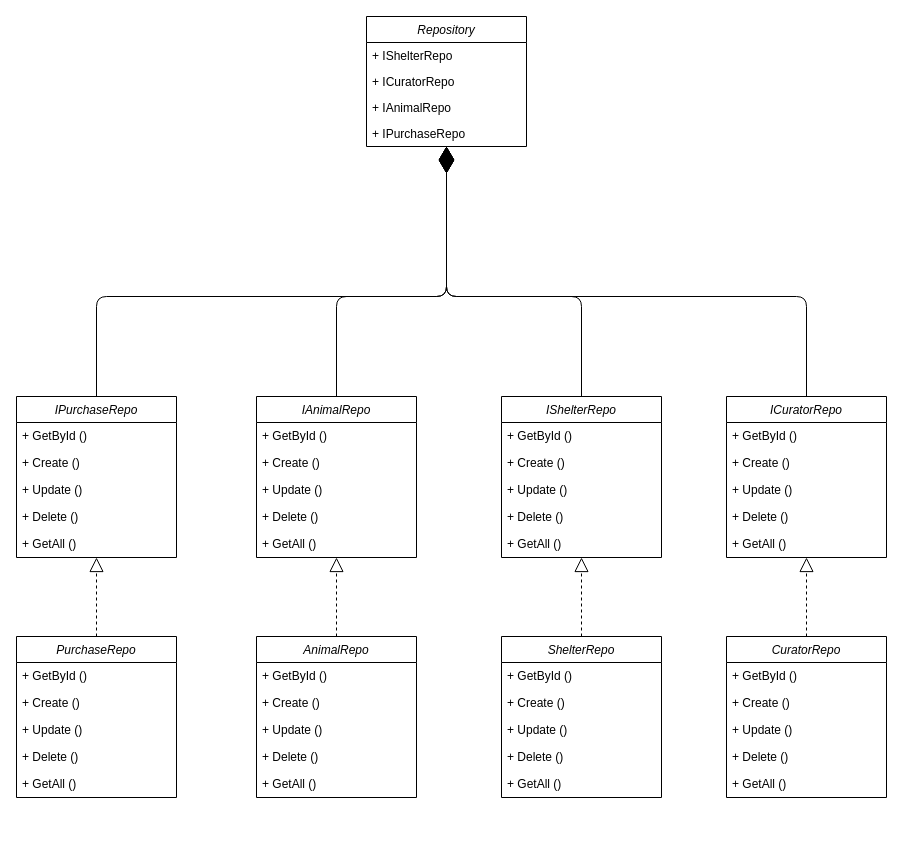
Above: diagrams/BD.drawio in Laiika/bmstu-iu7-sd (draw.io), before the change. Source tidied: cells renumbered, new cells numbered last; positions are measured from the earlier drawing's top-left corner, leaving out a move shared by most shapes. Both pictures are drawn from the tidied source at 100%, with x=0, y=0 at pixel (16, 16).
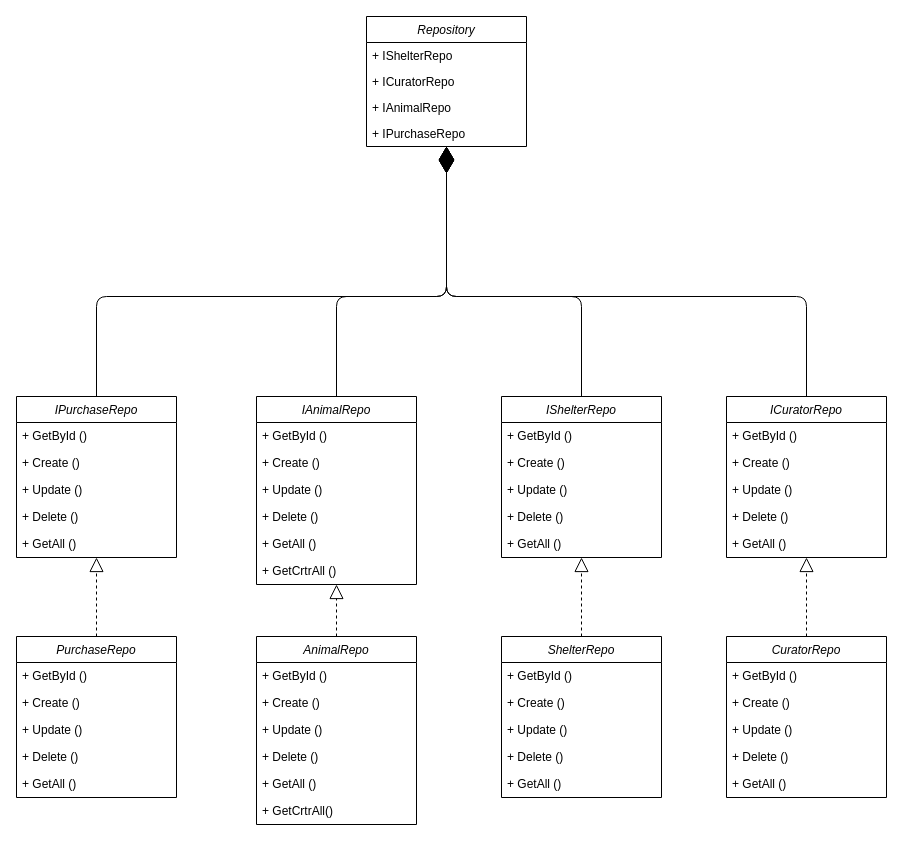
The same diagram, later.

What changed in the source:
```diff
@@
     <mxCell id="35" value="IAnimalRepo" style="swimlane;fontStyle=2;align=center;verticalAlign=top;horizontal=1;startSize=26;rounded=0;shadow=0;strokeWidth=1;" parent="1" vertex="1">
-      <mxGeometry x="240" y="380" width="160" height="161" as="geometry" />
+      <mxGeometry x="240" y="380" width="160" height="188" as="geometry" />
     </mxCell>
@@
+    <mxCell id="63" value="+ GetCrtrAll ()" style="text;align=left;verticalAlign=top;spacingLeft=4;spacingRight=4;overflow=hidden;rounded=0;shadow=0;html=0;" parent="35" vertex="1">
+      <mxGeometry y="161" width="160" height="27" as="geometry" />
+    </mxCell>
     <mxCell id="41" value="AnimalRepo" style="swimlane;fontStyle=2;align=center;verticalAlign=top;horizontal=1;startSize=26;rounded=0;shadow=0;strokeWidth=1;" parent="1" vertex="1">
-      <mxGeometry x="240" y="620" width="160" height="161" as="geometry" />
+      <mxGeometry x="240" y="620" width="160" height="188" as="geometry" />
     </mxCell>
@@
+    <mxCell id="64" value="+ GetCrtrAll()" style="text;align=left;verticalAlign=top;spacingLeft=4;spacingRight=4;overflow=hidden;rounded=0;shadow=0;html=0;" parent="41" vertex="1">
+      <mxGeometry y="161" width="160" height="27" as="geometry" />
+    </mxCell>
```
